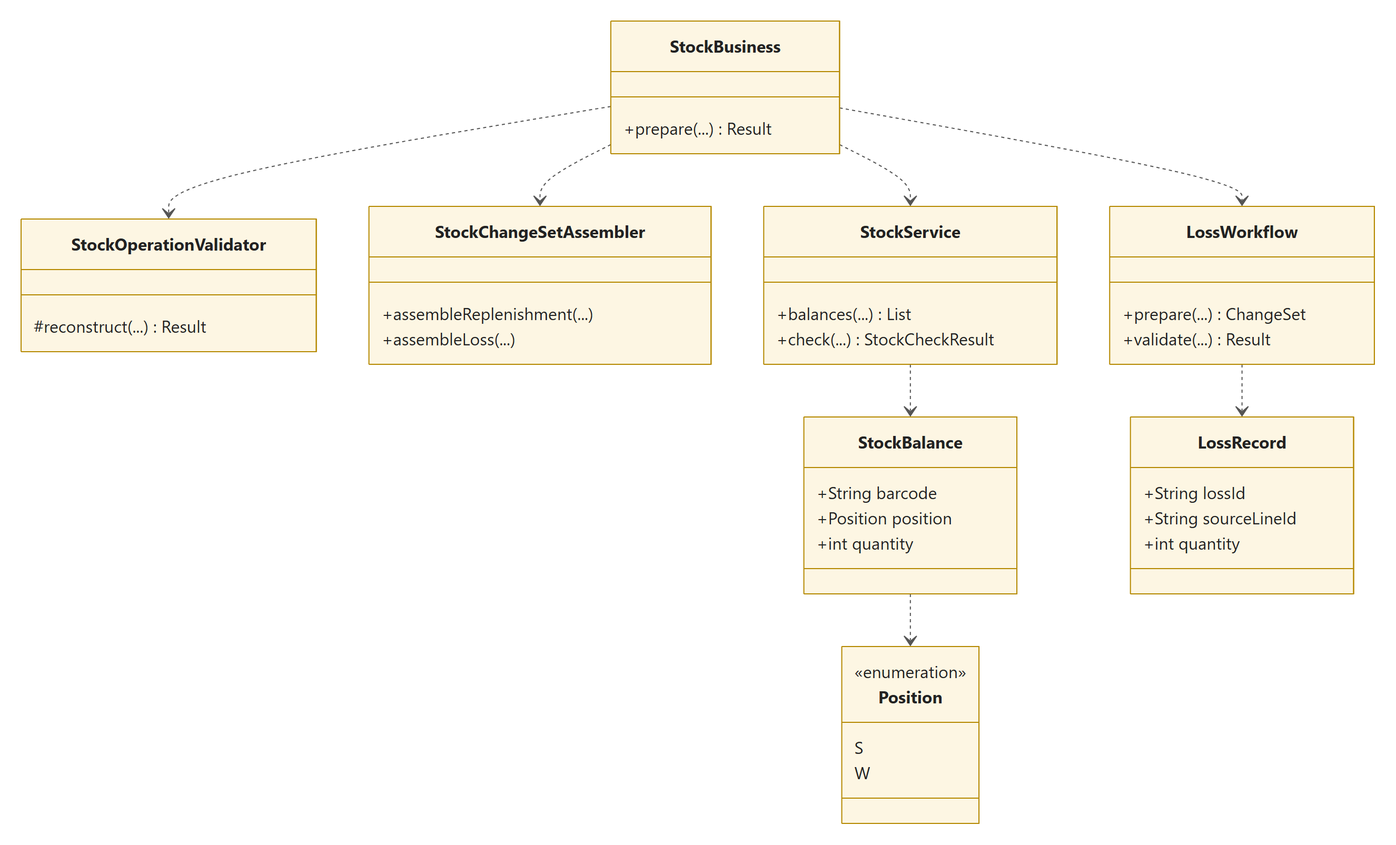
Before: docs/design/report/03_stock.png, a diagram exported from Mermaid (Noctis-SiKong/supermarket-management). Its source is kept beside it as docs/design/report/03_stock.mmd. Its diagram source:
```mermaid
classDiagram
direction TB

class StockBusiness {
    +prepare(...) Result
}
class StockOperationValidator {
    #reconstruct(...) Result
}
class StockChangeSetAssembler {
    +assembleReplenishment(...)
    +assembleLoss(...)
}
class StockService {
    +balances(...) List
    +check(...) StockCheckResult
}
class LossWorkflow {
    +prepare(...) ChangeSet
    +validate(...) Result
}
class StockBalance {
    +String barcode
    +Position position
    +int quantity
}
class LossRecord {
    +String lossId
    +String sourceLineId
    +int quantity
}
class Position {
    <<enumeration>>
    S
    W
}

StockBusiness ..> StockOperationValidator
StockBusiness ..> StockChangeSetAssembler
StockBusiness ..> LossWorkflow
StockBusiness ..> StockService
StockService ..> StockBalance
StockBalance ..> Position
LossWorkflow ..> LossRecord
```
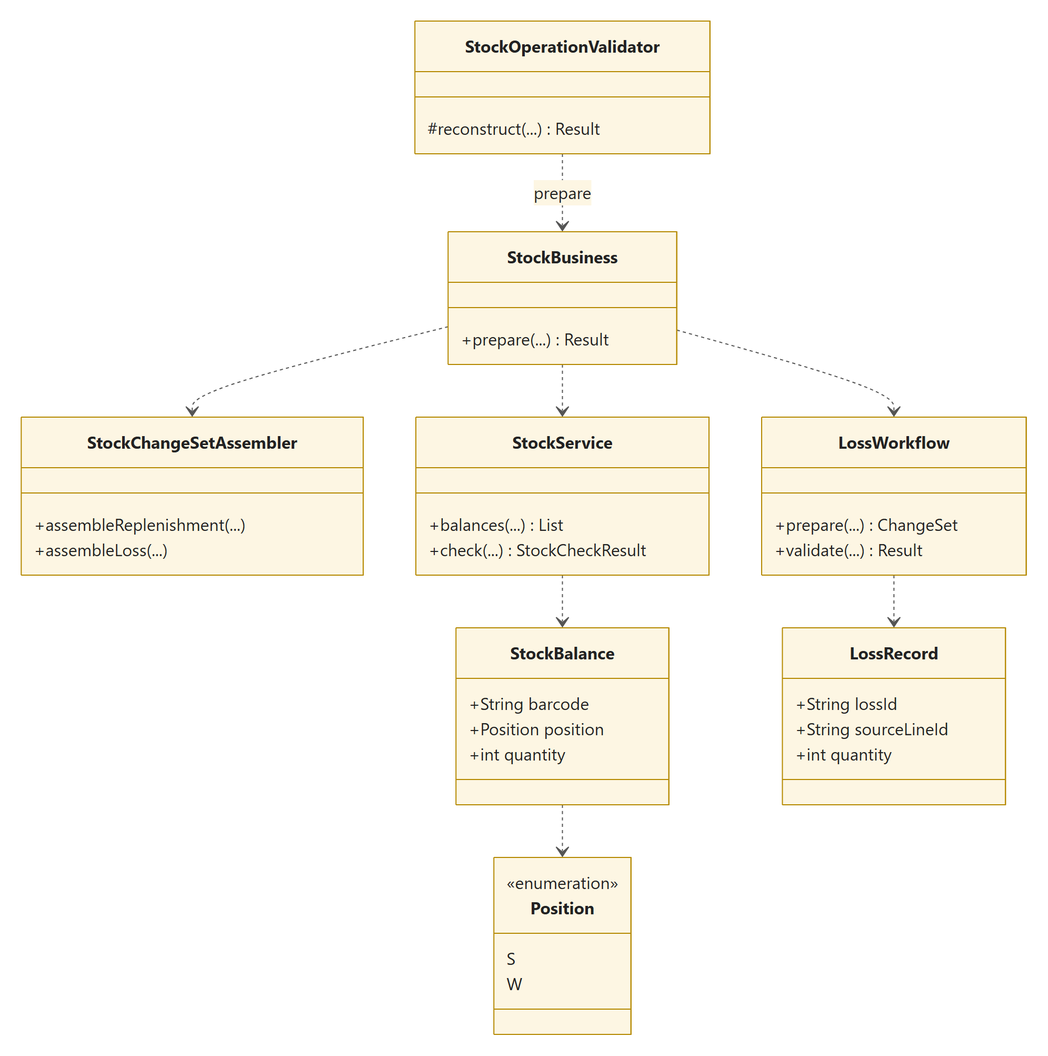
The same file after the commit.

Change to the diagram source:
```diff
@@ -35,7 +35,7 @@
     W
 }
 
-StockBusiness ..> StockOperationValidator
+StockOperationValidator ..> StockBusiness : prepare
 StockBusiness ..> StockChangeSetAssembler
 StockBusiness ..> LossWorkflow
 StockBusiness ..> StockService
```
